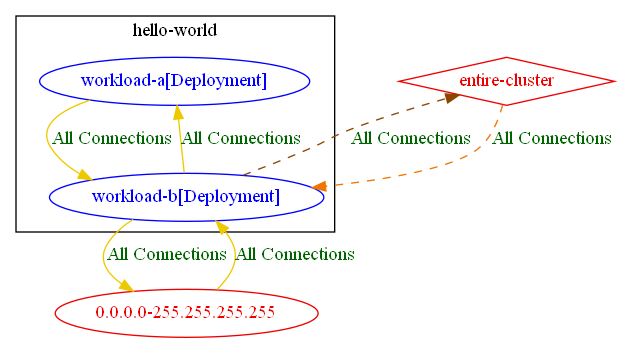
np-guard/netpol-analyzer keeps this Graphviz diagram as test_outputs/connlist/exposure_test_only_matched_rules_connlist_output.dot.png. Above is the earlier version. Its source is kept beside it as test_outputs/connlist/exposure_test_only_matched_rules_connlist_output.dot.
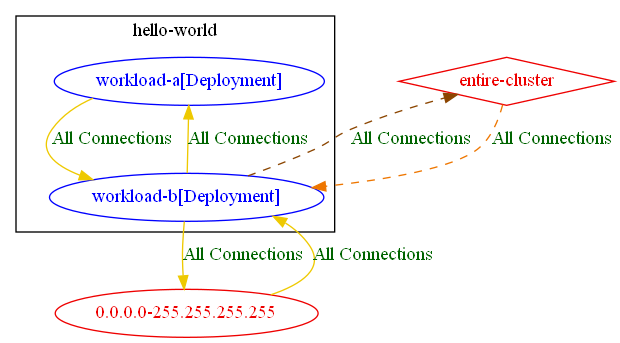
Later version of the same file.

Diff of the diagram source:
```diff
@@ -8,10 +8,10 @@
 	}
 	"0.0.0.0-255.255.255.255" [label="0.0.0.0-255.255.255.255" color="red2" fontcolor="red2"]
 	"entire-cluster" [label="entire-cluster" color="red2" fontcolor="red2" shape=diamond]
-	"0.0.0.0-255.255.255.255" -> "hello-world/workload-b[Deployment]" [label="All Connections" color="gold2" fontcolor="darkgreen"]
+	"0.0.0.0-255.255.255.255" -> "hello-world/workload-b[Deployment]" [label="All Connections" color="gold2" fontcolor="darkgreen" weight=0.5]
 	"entire-cluster" -> "hello-world/workload-b[Deployment]" [label="All Connections" color="darkorange2" fontcolor="darkgreen" weight=1 style=dashed]
-	"hello-world/workload-a[Deployment]" -> "hello-world/workload-b[Deployment]" [label="All Connections" color="gold2" fontcolor="darkgreen"]
-	"hello-world/workload-b[Deployment]" -> "0.0.0.0-255.255.255.255" [label="All Connections" color="gold2" fontcolor="darkgreen"]
+	"hello-world/workload-a[Deployment]" -> "hello-world/workload-b[Deployment]" [label="All Connections" color="gold2" fontcolor="darkgreen" weight=0.5]
+	"hello-world/workload-b[Deployment]" -> "0.0.0.0-255.255.255.255" [label="All Connections" color="gold2" fontcolor="darkgreen" weight=1]
 	"hello-world/workload-b[Deployment]" -> "entire-cluster" [label="All Connections" color="darkorange4" fontcolor="darkgreen" weight=0.5 style=dashed]
-	"hello-world/workload-b[Deployment]" -> "hello-world/workload-a[Deployment]" [label="All Connections" color="gold2" fontcolor="darkgreen"]
+	"hello-world/workload-b[Deployment]" -> "hello-world/workload-a[Deployment]" [label="All Connections" color="gold2" fontcolor="darkgreen" weight=1]
 }
```
